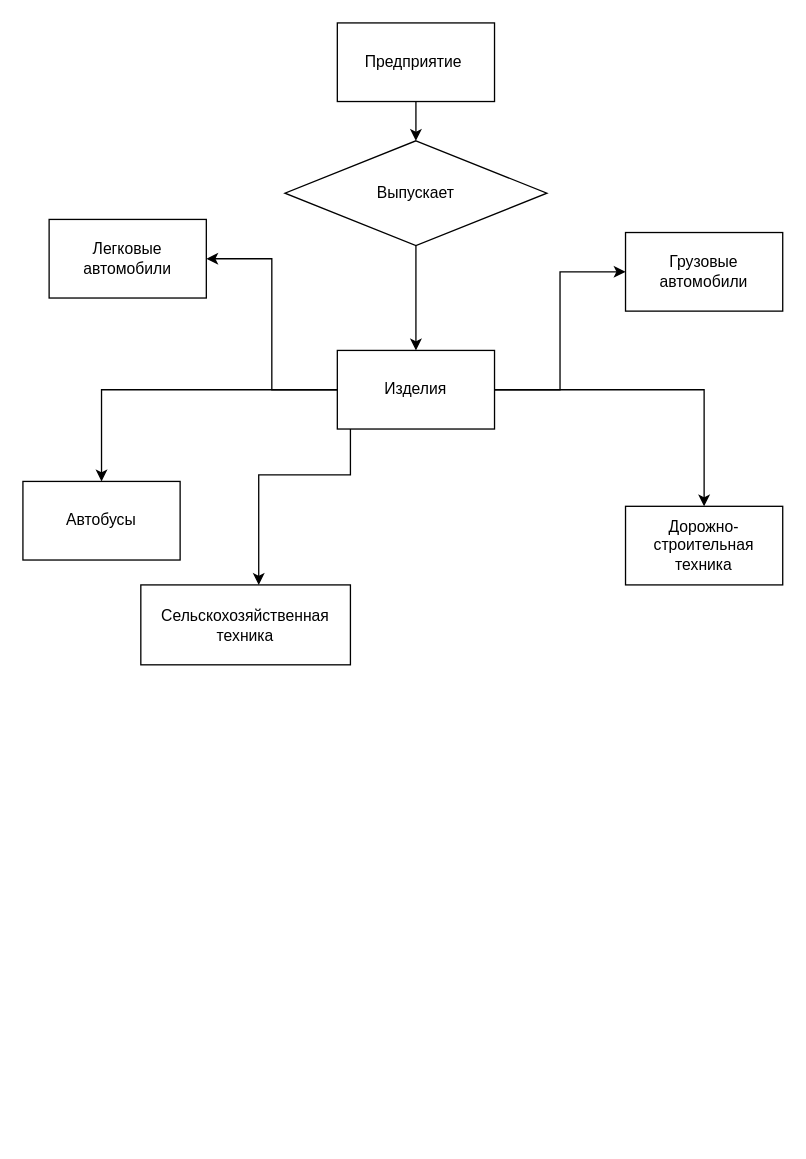
Before: Untitled Diagram.drawio in StromSenpai/RPM, a draw.io diagram. Source tidied: cells renumbered, new cells numbered last; positions are measured from the earlier drawing's top-left corner, leaving out a move shared by most shapes. Both pictures are drawn from the tidied source at 131%, with x=0, y=0 at pixel (22, 22).
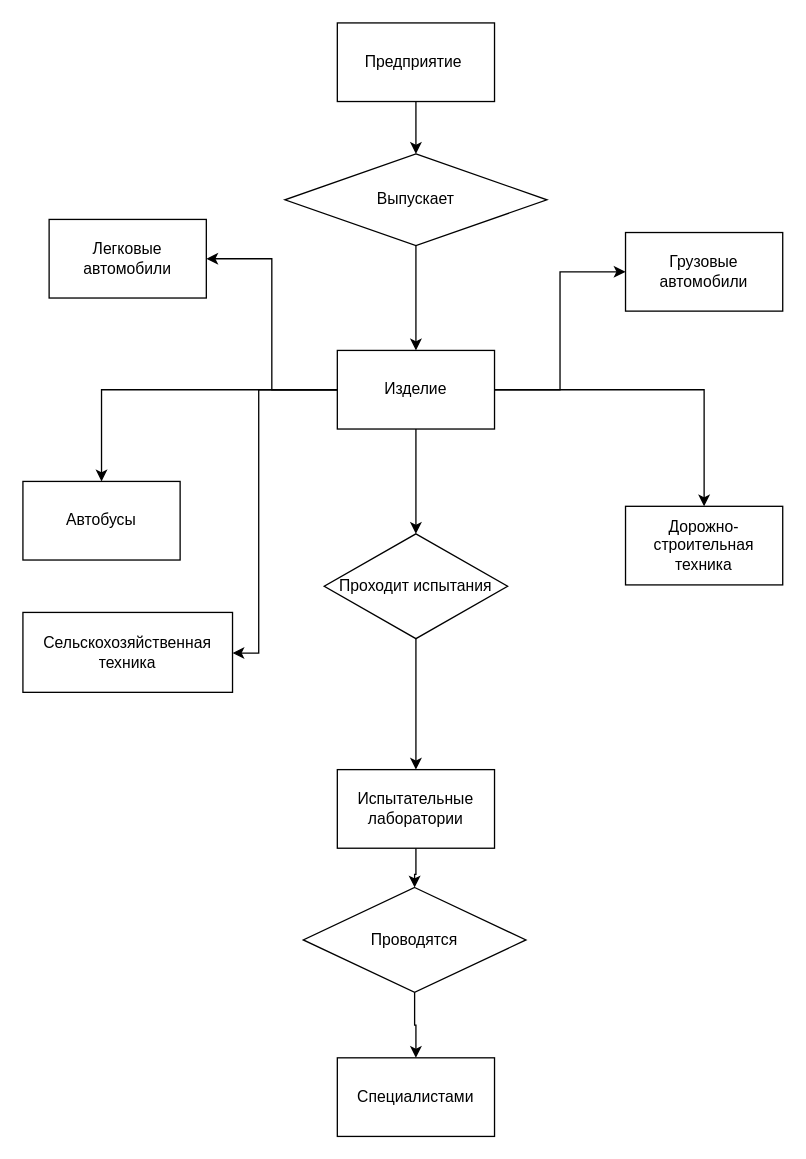
Above is the later version.

The change refers to these unchanged cells:
```xml
<mxCell id="3" value="Предприятие&amp;nbsp;" style="whiteSpace=wrap;html=1;" parent="1" vertex="1">
  <mxGeometry x="240" width="120" height="60" as="geometry" />
</mxCell>
```

The edit, as a diff of the source:
```diff
@@
-    <mxCell id="2" style="edgeStyle=orthogonalEdgeStyle;rounded=0;jettySize=auto;html=1;" parent="1" edge="1" source="3">
-      <mxGeometry relative="1" as="geometry">
-        <mxPoint x="300" y="90" as="targetPoint" />
-      </mxGeometry>
+    <mxCell id="2" style="edgeStyle=orthogonalEdgeStyle;rounded=0;jettySize=auto;html=1;entryX=0.5;entryY=0;entryDx=0;entryDy=0;" parent="1" edge="1" source="3" target="5">
+      <mxGeometry relative="1" as="geometry" />
     </mxCell>
@@
     <mxCell id="5" value="Выпускает" style="rhombus;whiteSpace=wrap;html=1;" parent="1" vertex="1">
-      <mxGeometry x="200" y="90" width="200" height="80" as="geometry" />
+      <mxGeometry x="200" y="100" width="200" height="70" as="geometry" />
     </mxCell>
@@
     <mxCell id="9" style="edgeStyle=orthogonalEdgeStyle;rounded=0;jettySize=auto;html=1;" parent="1" edge="1" source="11" target="15">
       <mxGeometry relative="1" as="geometry">
         <Array as="points">
-          <mxPoint x="250" y="345" />
-          <mxPoint x="180" y="345" />
+          <mxPoint x="180" y="280" />
+          <mxPoint x="180" y="481" />
         </Array>
       </mxGeometry>
     </mxCell>
@@
+    <mxCell id="17" style="edgeStyle=orthogonalEdgeStyle;rounded=0;jettySize=auto;html=1;entryX=0.5;entryY=0;entryDx=0;entryDy=0;" parent="1" edge="1" source="11">
+      <mxGeometry relative="1" as="geometry">
+        <mxPoint x="300" y="390" as="targetPoint" />
+      </mxGeometry>
+    </mxCell>
-    <mxCell id="11" value="Изделия" style="whiteSpace=wrap;html=1;" parent="1" vertex="1">
+    <mxCell id="11" value="Изделие" style="whiteSpace=wrap;html=1;" parent="1" vertex="1">
       <mxGeometry x="240" y="250" width="120" height="60" as="geometry" />
     </mxCell>
@@
     <mxCell id="15" value="Сельскохозяйственная техника" style="whiteSpace=wrap;html=1;" parent="1" vertex="1">
-      <mxGeometry x="90" y="429" width="160" height="61" as="geometry" />
+      <mxGeometry y="450" width="160" height="61" as="geometry" />
     </mxCell>
@@
+    <mxCell id="18" style="edgeStyle=orthogonalEdgeStyle;rounded=0;jettySize=auto;html=1;entryX=0.5;entryY=0;entryDx=0;entryDy=0;" parent="1" edge="1" source="19">
+      <mxGeometry relative="1" as="geometry">
+        <mxPoint x="300" y="570" as="targetPoint" />
+      </mxGeometry>
+    </mxCell>
+    <mxCell id="19" value="Проходит испытания" style="rhombus;whiteSpace=wrap;html=1;" parent="1" vertex="1">
+      <mxGeometry x="230" y="390" width="140" height="80" as="geometry" />
+    </mxCell>
+    <mxCell id="20" style="edgeStyle=orthogonalEdgeStyle;rounded=0;jettySize=auto;html=1;" parent="1" edge="1" source="21" target="24">
+      <mxGeometry relative="1" as="geometry" />
+    </mxCell>
+    <mxCell id="21" value="Испытательные лаборатории" style="whiteSpace=wrap;html=1;" parent="1" vertex="1">
+      <mxGeometry x="240" y="570" width="120" height="60" as="geometry" />
+    </mxCell>
+    <mxCell id="22" value="Специалистами" style="whiteSpace=wrap;html=1;" parent="1" vertex="1">
+      <mxGeometry x="240" y="790" width="120" height="60" as="geometry" />
+    </mxCell>
+    <mxCell id="23" style="edgeStyle=orthogonalEdgeStyle;rounded=0;jettySize=auto;html=1;" parent="1" edge="1" source="24" target="22">
+      <mxGeometry relative="1" as="geometry" />
+    </mxCell>
+    <mxCell id="24" value="Проводятся" style="rhombus;whiteSpace=wrap;html=1;" parent="1" vertex="1">
+      <mxGeometry x="214" y="660" width="170" height="80" as="geometry" />
+    </mxCell>
```
